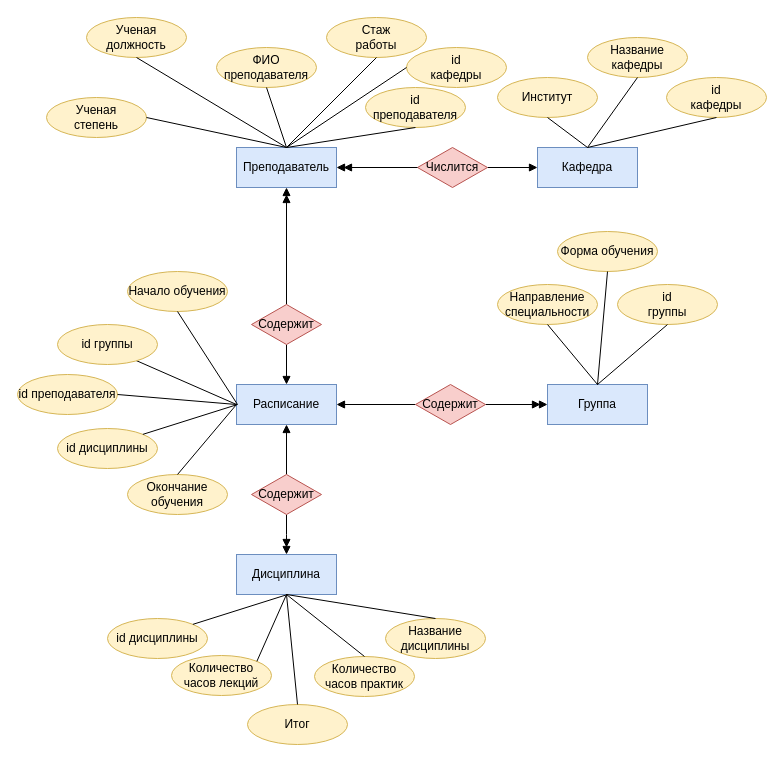
Dimj1k/Works keeps this draw.io diagram as page "БД по легенде" (1 of 3) of draw_io/БД.drawio. Above is the earlier version. Source tidied: cells renumbered, new cells numbered last; positions are measured from the earlier drawing's top-left corner, leaving out a move shared by most shapes. Both pictures are drawn from the tidied source at 100%, with x=0, y=0 at pixel (17, 17).
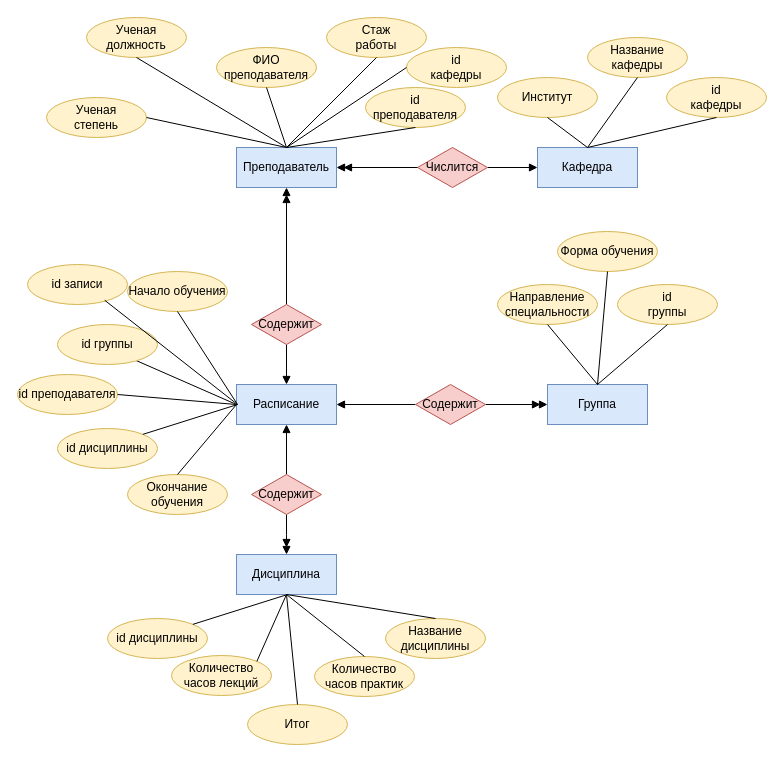
The same page after the edit.

What changed in the source:
```diff
@@
+    <mxCell id="63" value="id записи" style="ellipse;whiteSpace=wrap;html=1;align=center;fillColor=#fff2cc;strokeColor=#d6b656;" parent="1" vertex="1">
+      <mxGeometry x="10" y="247" width="100" height="40" as="geometry" />
+    </mxCell>
+    <mxCell id="64" style="endArrow=none;html=1;rounded=0;exitX=0.772;exitY=0.894;exitDx=0;exitDy=0;exitPerimeter=0;" parent="1" edge="1" source="63">
+      <mxGeometry relative="1" as="geometry">
+        <mxPoint x="220" y="387" as="targetPoint" />
+      </mxGeometry>
+    </mxCell>
```
